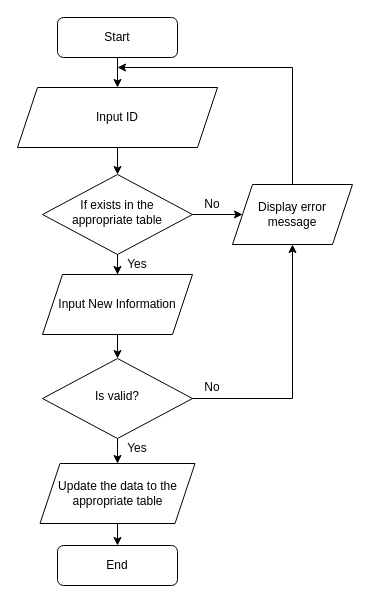
Above: assets/flow-chart/update.drawio in vanluong94/aptech-market-management-system (draw.io), before the change. Source tidied: cells renumbered, new cells numbered last; positions are measured from the earlier drawing's top-left corner, leaving out a move shared by most shapes. Both pictures are drawn from the tidied source at 100%, with x=0, y=0 at pixel (17, 17).
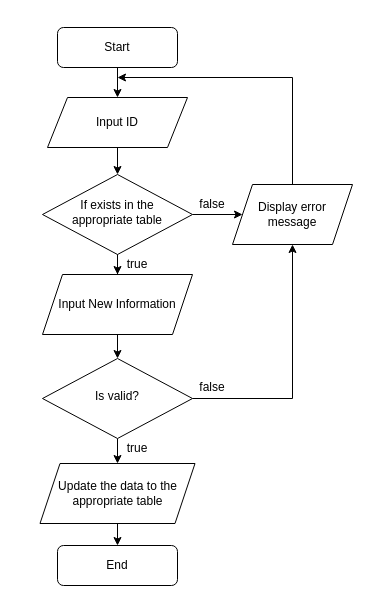
After the change.

The change refers to these unchanged cells:
```xml
<mxCell id="13" value="&lt;span&gt;&lt;div&gt;Display error&lt;/div&gt;&lt;div&gt;message&lt;/div&gt;&lt;/span&gt;" style="shape=parallelogram;perimeter=parallelogramPerimeter;whiteSpace=wrap;html=1;fixedSize=1;" parent="1" vertex="1">
  <mxGeometry x="215" y="167" width="120" height="60" as="geometry" />
</mxCell>
```

Change to the diagram source:
```diff
@@
     <mxCell id="3" value="Start" style="rounded=1;whiteSpace=wrap;html=1;fontSize=12;glass=0;strokeWidth=1;shadow=0;" parent="1" vertex="1">
-      <mxGeometry x="40" width="120" height="40" as="geometry" />
+      <mxGeometry x="40" y="10" width="120" height="40" as="geometry" />
     </mxCell>
@@
     <mxCell id="9" value="Input ID" style="shape=parallelogram;perimeter=parallelogramPerimeter;whiteSpace=wrap;html=1;fixedSize=1;" parent="1" vertex="1">
-      <mxGeometry y="70" width="200" height="60" as="geometry" />
+      <mxGeometry x="30" y="80" width="140" height="50" as="geometry" />
     </mxCell>
@@
-    <mxCell id="12" style="edgeStyle=orthogonalEdgeStyle;rounded=0;jettySize=auto;html=1;" parent="1" edge="1" source="13">
+    <mxCell id="12" style="edgeStyle=orthogonalEdgeStyle;rounded=0;orthogonalLoop=1;jettySize=auto;html=1;" parent="1" edge="1">
       <mxGeometry relative="1" as="geometry">
-        <mxPoint x="100" y="50" as="targetPoint" />
+        <mxPoint x="275" y="177" as="sourcePoint" />
+        <mxPoint x="100" y="60" as="targetPoint" />
         <Array as="points">
-          <mxPoint x="275" y="50" />
+          <mxPoint x="275" y="60" />
         </Array>
       </mxGeometry>
     </mxCell>
@@
-    <mxCell id="14" value="No" style="text;html=1;strokeColor=none;fillColor=none;align=center;verticalAlign=middle;whiteSpace=wrap;rounded=0;" parent="1" vertex="1">
+    <mxCell id="14" value="false" style="text;html=1;strokeColor=none;fillColor=none;align=center;verticalAlign=middle;whiteSpace=wrap;rounded=0;" parent="1" vertex="1">
       <mxGeometry x="175" y="177" width="40" height="20" as="geometry" />
     </mxCell>
-    <mxCell id="15" value="Yes" style="text;html=1;strokeColor=none;fillColor=none;align=center;verticalAlign=middle;whiteSpace=wrap;rounded=0;" parent="1" vertex="1">
+    <mxCell id="15" value="true" style="text;html=1;strokeColor=none;fillColor=none;align=center;verticalAlign=middle;whiteSpace=wrap;rounded=0;" parent="1" vertex="1">
       <mxGeometry x="100" y="237" width="40" height="20" as="geometry" />
     </mxCell>
@@
-    <mxCell id="21" value="No" style="text;html=1;strokeColor=none;fillColor=none;align=center;verticalAlign=middle;whiteSpace=wrap;rounded=0;" parent="1" vertex="1">
+    <mxCell id="21" value="false" style="text;html=1;strokeColor=none;fillColor=none;align=center;verticalAlign=middle;whiteSpace=wrap;rounded=0;" parent="1" vertex="1">
       <mxGeometry x="175" y="360" width="40" height="20" as="geometry" />
     </mxCell>
-    <mxCell id="22" value="Yes" style="text;html=1;strokeColor=none;fillColor=none;align=center;verticalAlign=middle;whiteSpace=wrap;rounded=0;" parent="1" vertex="1">
+    <mxCell id="22" value="true" style="text;html=1;strokeColor=none;fillColor=none;align=center;verticalAlign=middle;whiteSpace=wrap;rounded=0;" parent="1" vertex="1">
       <mxGeometry x="100" y="421" width="40" height="20" as="geometry" />
     </mxCell>
```
